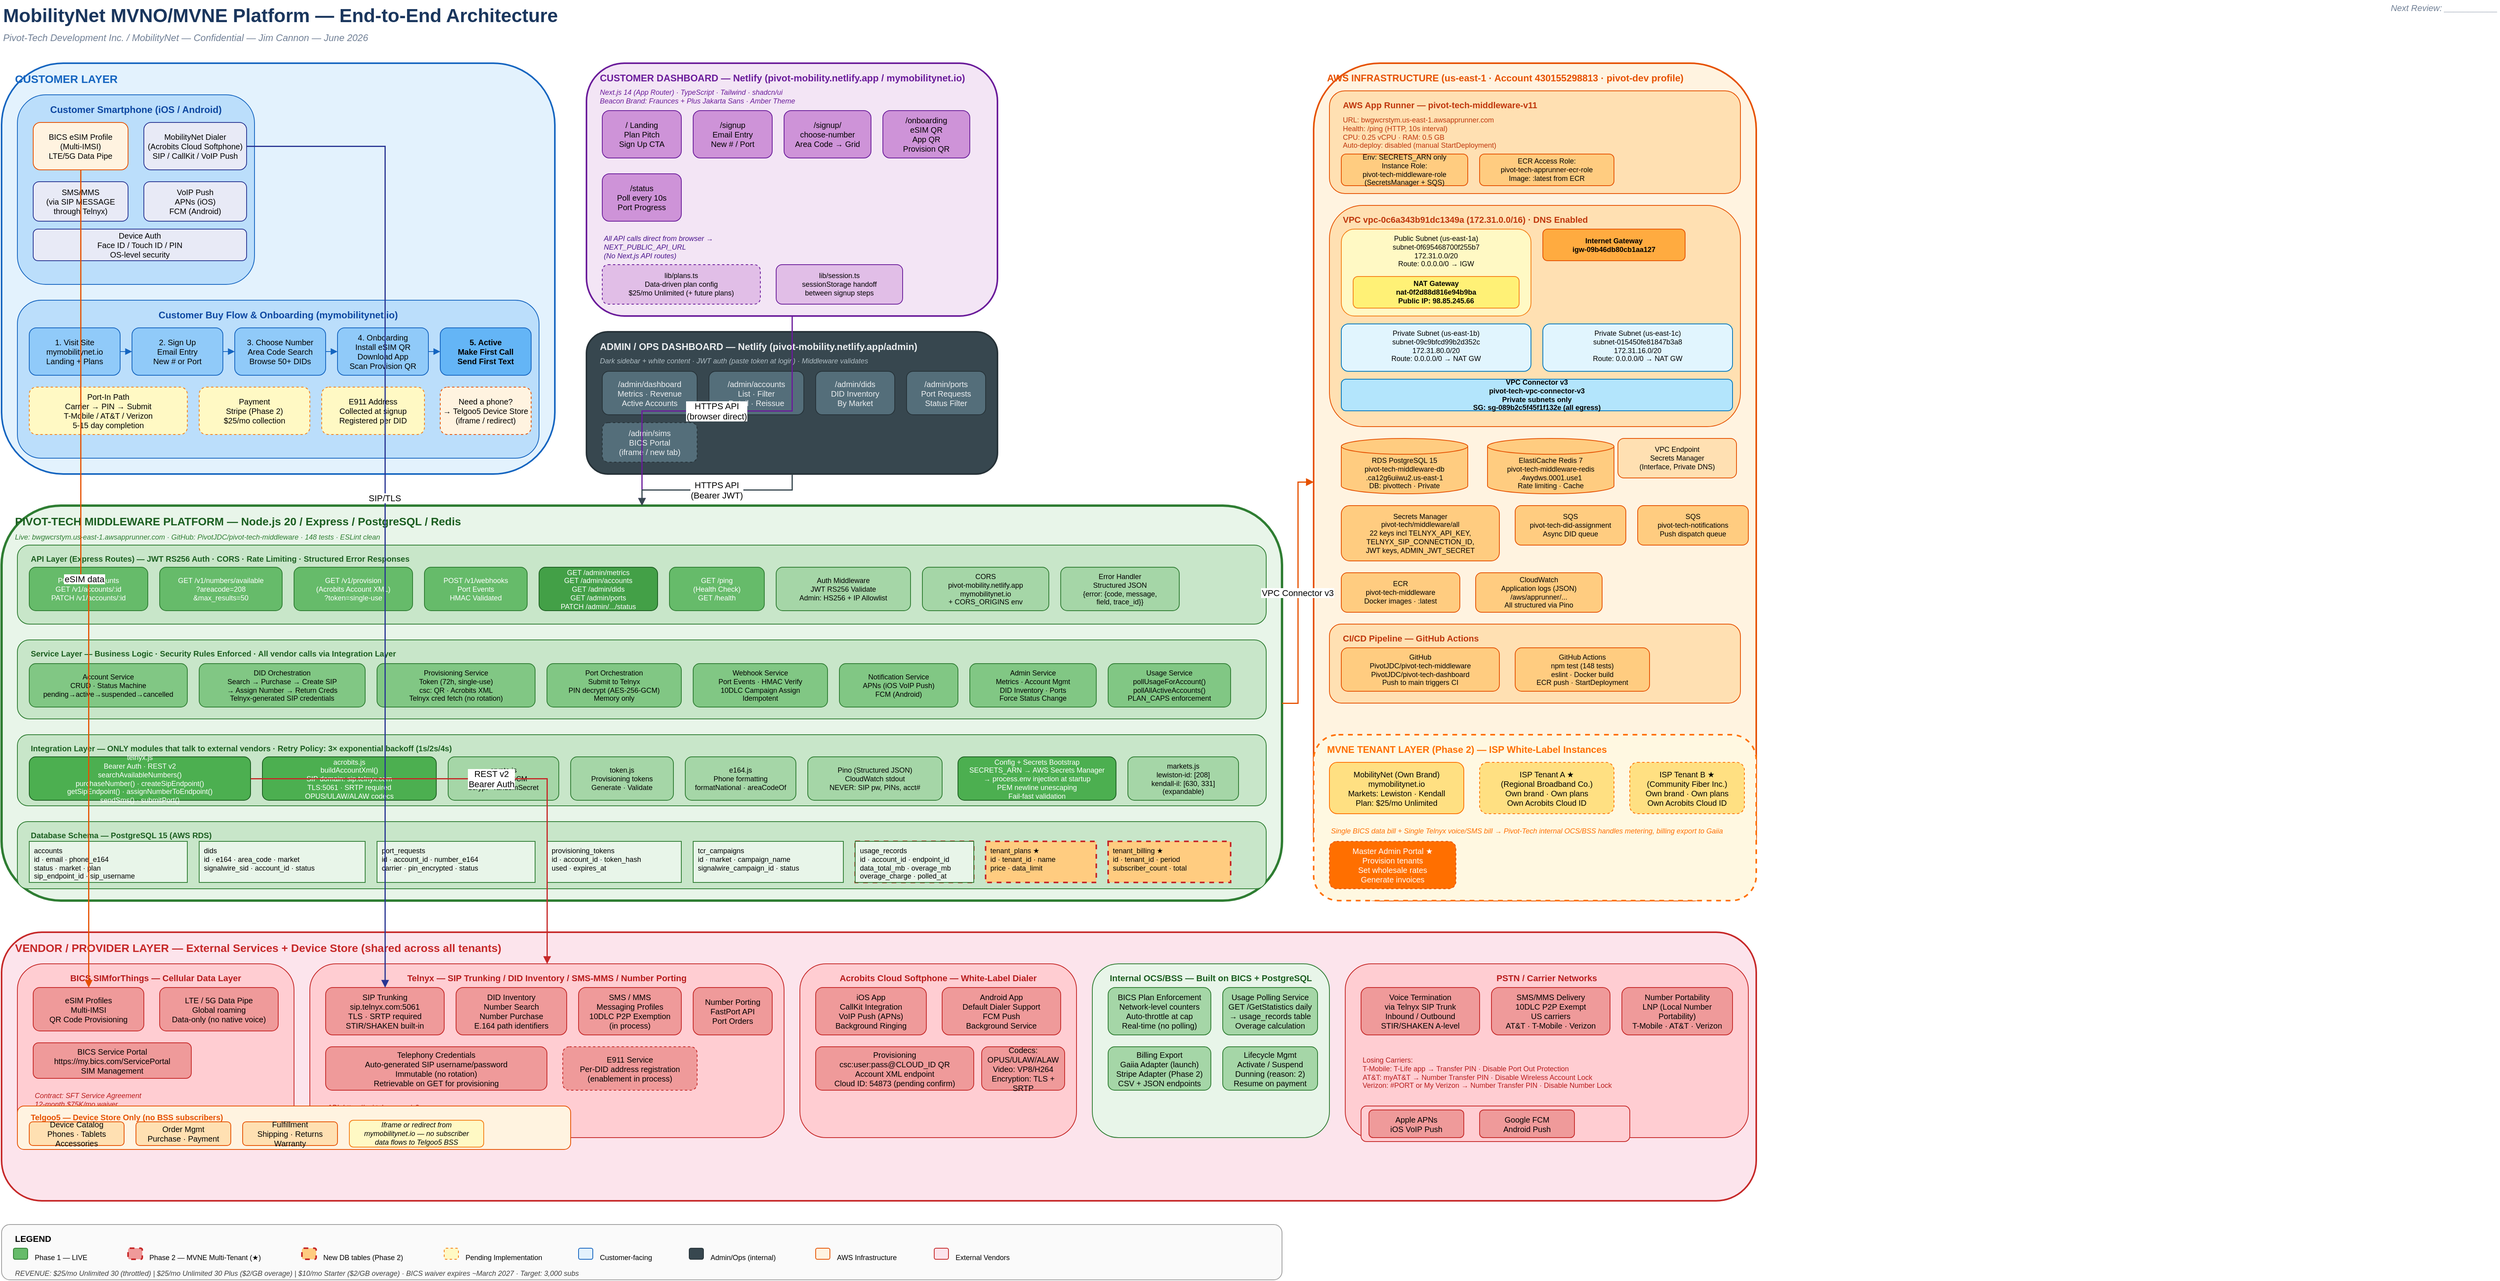
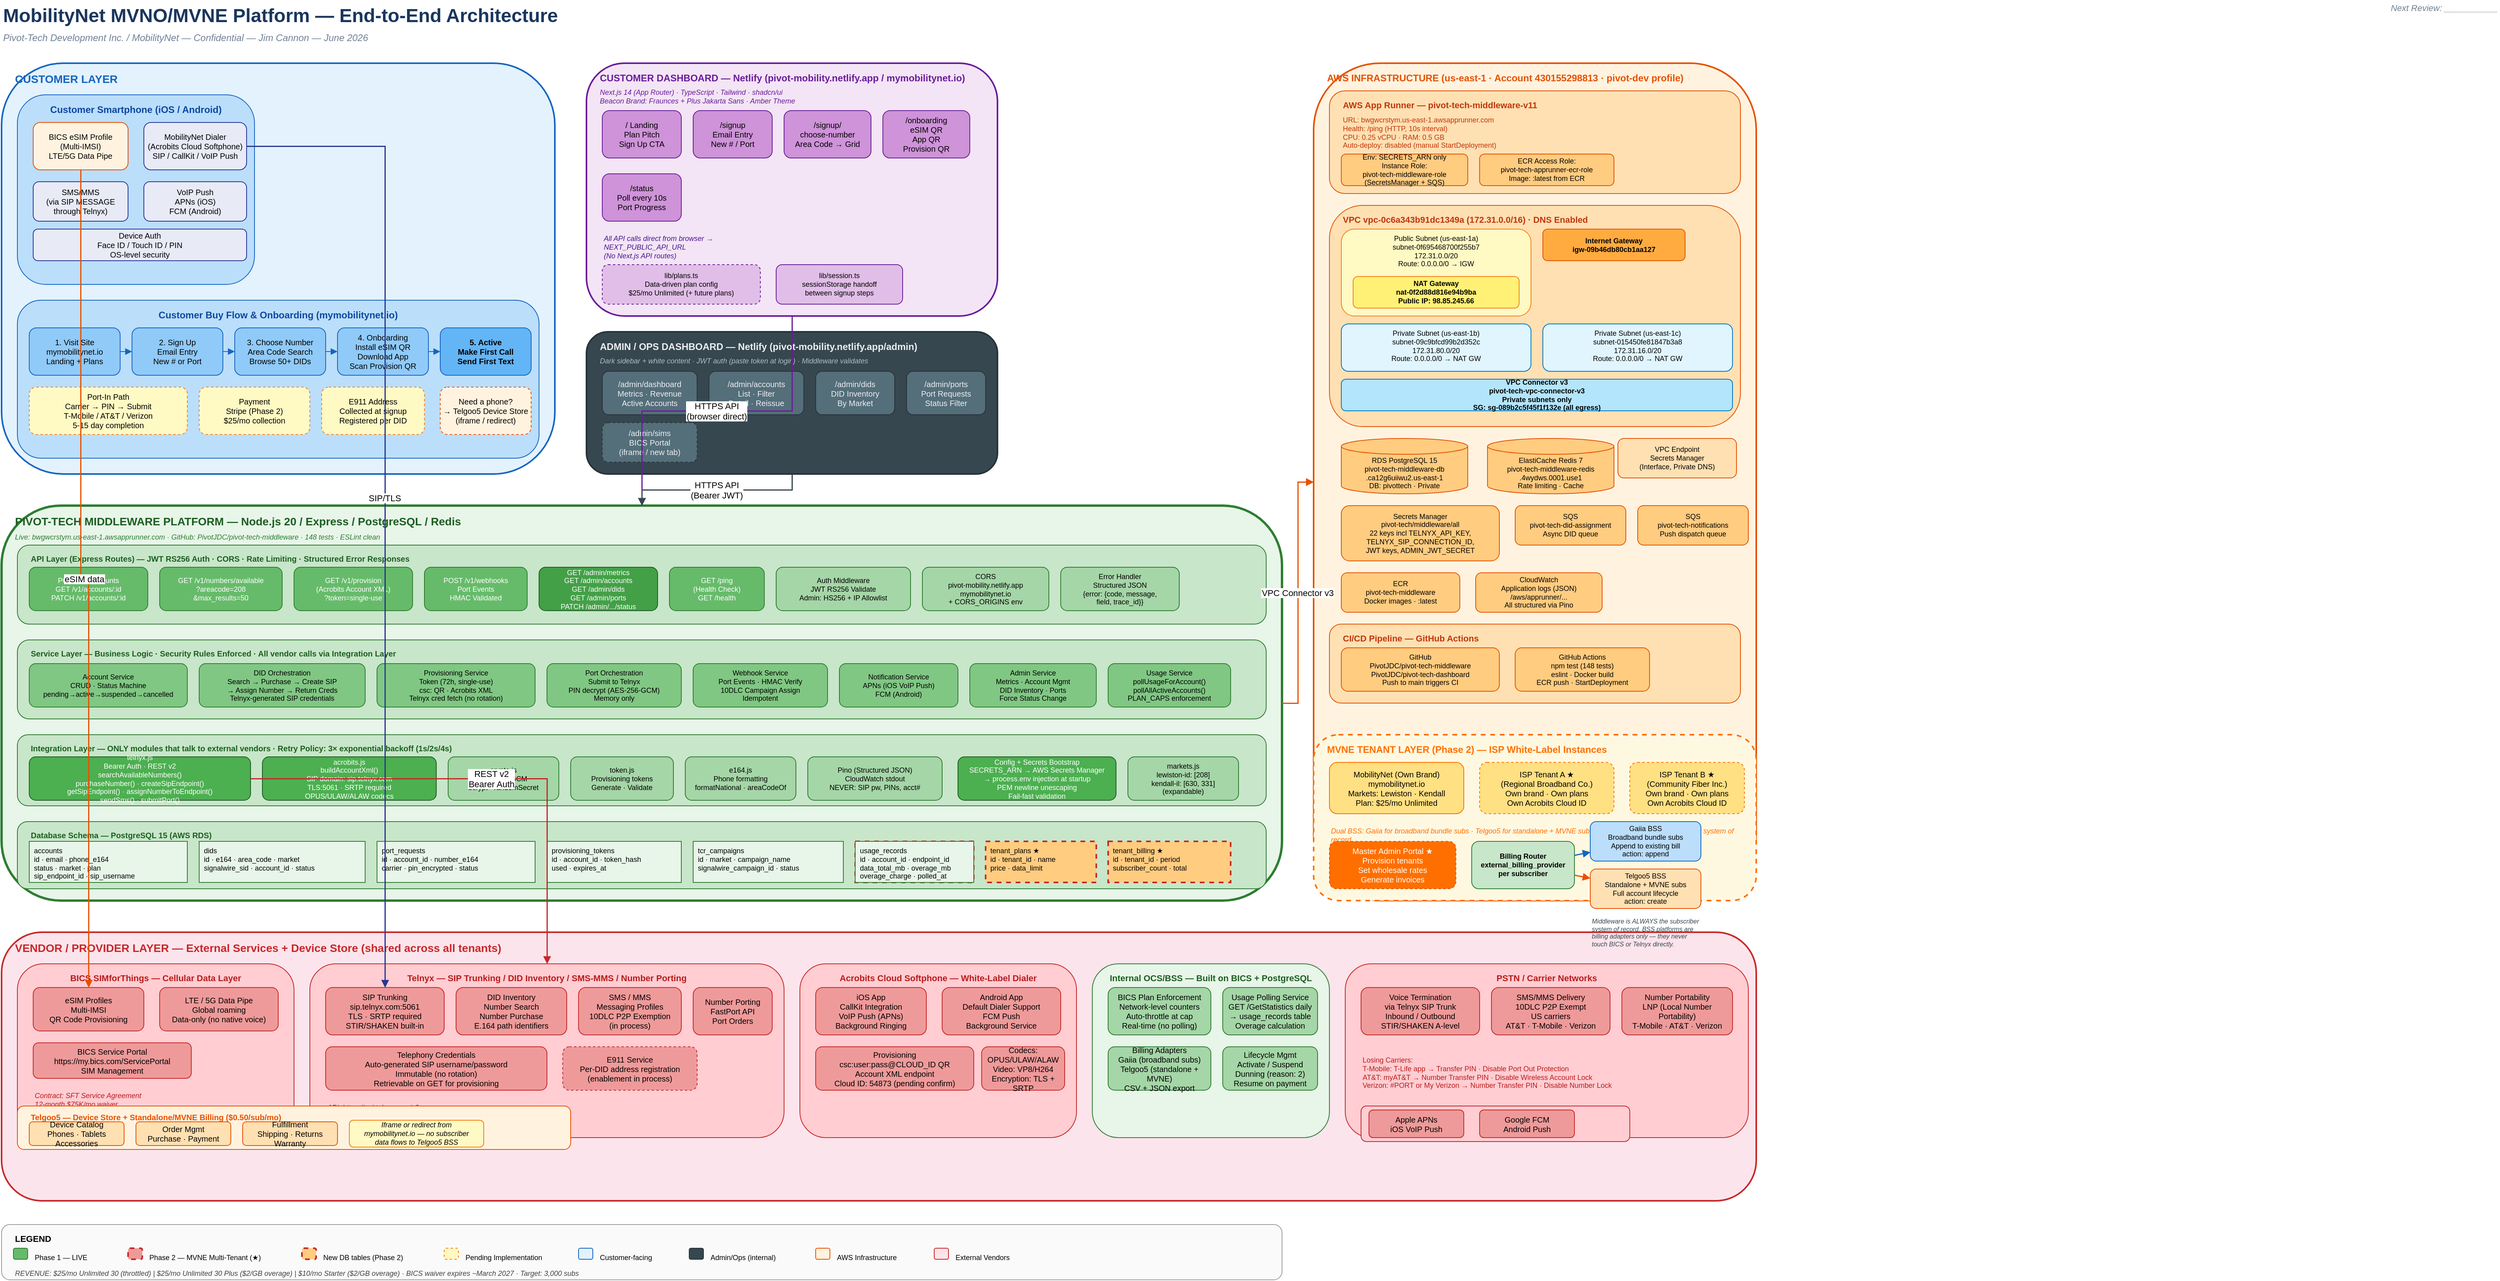
<?xml version="1.0" encoding="UTF-8"?>
<mxfile host="app.diagrams.net" modified="2026-06-24T00:00:00.000Z" agent="Pivot-Tech" version="24.7.6" type="device">
  <diagram id="mobilitynet-e2e" name="MobilityNet E2E Architecture"><mxGraphModel dx="2800" dy="2000" grid="1" gridSize="10" guides="1" tooltips="1" connect="1" arrows="1" fold="1" page="1" pageScale="1" pageWidth="3300" pageHeight="2550" math="0" shadow="0">
  <root>
    <mxCell id="0" />
    <mxCell id="1" parent="0" />

    <!-- ============================================================ -->
    <!-- TITLE BLOCK -->
    <!-- ============================================================ -->
    <mxCell id="title" value="MobilityNet MVNO/MVNE Platform — End-to-End Architecture" style="text;html=1;strokeColor=none;fillColor=none;align=left;verticalAlign=middle;whiteSpace=wrap;rounded=0;fontSize=24;fontStyle=1;fontColor=#1a365d;" vertex="1" parent="1">
      <mxGeometry x="40" y="20" width="1600" height="40" as="geometry" />
    </mxCell>
    <mxCell id="subtitle" value="Pivot-Tech Development Inc. / MobilityNet — Confidential — Jim Cannon — June 2026" style="text;html=1;strokeColor=none;fillColor=none;align=left;verticalAlign=middle;whiteSpace=wrap;rounded=0;fontSize=12;fontStyle=2;fontColor=#718096;" vertex="1" parent="1">
      <mxGeometry x="40" y="58" width="1200" height="20" as="geometry" />
    </mxCell>
    <mxCell id="version" value="Next Review: ___________" style="text;html=1;strokeColor=none;fillColor=none;align=right;verticalAlign=middle;whiteSpace=wrap;rounded=0;fontSize=11;fontStyle=2;fontColor=#718096;" vertex="1" parent="1">
      <mxGeometry x="2800" y="20" width="400" height="20" as="geometry" />
    </mxCell>

    <!-- ============================================================ -->
    <!-- ZONE 1: CUSTOMER LAYER (top-left) -->
    <!-- ============================================================ -->
    <mxCell id="customer_bg" value="" style="rounded=1;whiteSpace=wrap;html=1;fillColor=#e3f2fd;strokeColor=#1565c0;strokeWidth=2;verticalAlign=top;" vertex="1" parent="1">
      <mxGeometry x="40" y="100" width="700" height="520" as="geometry" />
    </mxCell>
    <mxCell id="customer_label" value="CUSTOMER LAYER" style="text;html=1;strokeColor=none;fillColor=none;align=left;verticalAlign=top;whiteSpace=wrap;rounded=0;fontSize=14;fontStyle=1;fontColor=#1565c0;" vertex="1" parent="1">
      <mxGeometry x="55" y="105" width="300" height="24" as="geometry" />
    </mxCell>

    <!-- Customer Device -->
    <mxCell id="cust_device_bg" value="" style="rounded=1;whiteSpace=wrap;html=1;fillColor=#bbdefb;strokeColor=#1565c0;strokeWidth=1;" vertex="1" parent="1">
      <mxGeometry x="60" y="140" width="300" height="240" as="geometry" />
    </mxCell>
    <mxCell id="cust_device_label" value="Customer Smartphone (iOS / Android)" style="text;html=1;strokeColor=none;fillColor=none;align=center;verticalAlign=top;whiteSpace=wrap;rounded=0;fontSize=12;fontStyle=1;fontColor=#0d47a1;" vertex="1" parent="1">
      <mxGeometry x="60" y="145" width="300" height="20" as="geometry" />
    </mxCell>
    <mxCell id="esim" value="BICS eSIM Profile&#xa;(Multi-IMSI)&#xa;LTE/5G Data Pipe" style="rounded=1;whiteSpace=wrap;html=1;fillColor=#fff3e0;strokeColor=#e65100;fontSize=10;fontStyle=0;" vertex="1" parent="1">
      <mxGeometry x="80" y="175" width="120" height="60" as="geometry" />
    </mxCell>
    <mxCell id="dialer_app" value="MobilityNet Dialer&#xa;(Acrobits Cloud Softphone)&#xa;SIP / CallKit / VoIP Push" style="rounded=1;whiteSpace=wrap;html=1;fillColor=#e8eaf6;strokeColor=#283593;fontSize=10;fontStyle=0;" vertex="1" parent="1">
      <mxGeometry x="220" y="175" width="130" height="60" as="geometry" />
    </mxCell>
    <mxCell id="native_sms" value="SMS/MMS&#xa;(via SIP MESSAGE&#xa;through Telnyx)" style="rounded=1;whiteSpace=wrap;html=1;fillColor=#e8eaf6;strokeColor=#283593;fontSize=10;" vertex="1" parent="1">
      <mxGeometry x="80" y="250" width="120" height="50" as="geometry" />
    </mxCell>
    <mxCell id="voip_push" value="VoIP Push&#xa;APNs (iOS)&#xa;FCM (Android)" style="rounded=1;whiteSpace=wrap;html=1;fillColor=#e8eaf6;strokeColor=#283593;fontSize=10;" vertex="1" parent="1">
      <mxGeometry x="220" y="250" width="130" height="50" as="geometry" />
    </mxCell>
    <mxCell id="device_auth" value="Device Auth&#xa;Face ID / Touch ID / PIN&#xa;OS-level security" style="rounded=1;whiteSpace=wrap;html=1;fillColor=#e8eaf6;strokeColor=#283593;fontSize=10;" vertex="1" parent="1">
      <mxGeometry x="80" y="310" width="270" height="40" as="geometry" />
    </mxCell>

    <!-- Customer Journey -->
    <mxCell id="journey_bg" value="" style="rounded=1;whiteSpace=wrap;html=1;fillColor=#bbdefb;strokeColor=#1565c0;strokeWidth=1;" vertex="1" parent="1">
      <mxGeometry x="60" y="400" width="660" height="200" as="geometry" />
    </mxCell>
    <mxCell id="journey_label" value="Customer Buy Flow &amp; Onboarding (mymobilitynet.io)" style="text;html=1;strokeColor=none;fillColor=none;align=center;verticalAlign=top;whiteSpace=wrap;rounded=0;fontSize=12;fontStyle=1;fontColor=#0d47a1;" vertex="1" parent="1">
      <mxGeometry x="60" y="405" width="660" height="20" as="geometry" />
    </mxCell>

    <mxCell id="step1" value="1. Visit Site&#xa;mymobilitynet.io&#xa;Landing + Plans" style="rounded=1;whiteSpace=wrap;html=1;fillColor=#90caf9;strokeColor=#1565c0;fontSize=10;" vertex="1" parent="1">
      <mxGeometry x="75" y="435" width="115" height="60" as="geometry" />
    </mxCell>
    <mxCell id="step2" value="2. Sign Up&#xa;Email Entry&#xa;New # or Port" style="rounded=1;whiteSpace=wrap;html=1;fillColor=#90caf9;strokeColor=#1565c0;fontSize=10;" vertex="1" parent="1">
      <mxGeometry x="205" y="435" width="115" height="60" as="geometry" />
    </mxCell>
    <mxCell id="step3" value="3. Choose Number&#xa;Area Code Search&#xa;Browse 50+ DIDs" style="rounded=1;whiteSpace=wrap;html=1;fillColor=#90caf9;strokeColor=#1565c0;fontSize=10;" vertex="1" parent="1">
      <mxGeometry x="335" y="435" width="115" height="60" as="geometry" />
    </mxCell>
    <mxCell id="step4" value="4. Onboarding&#xa;Install eSIM QR&#xa;Download App&#xa;Scan Provision QR" style="rounded=1;whiteSpace=wrap;html=1;fillColor=#90caf9;strokeColor=#1565c0;fontSize=10;" vertex="1" parent="1">
      <mxGeometry x="465" y="435" width="115" height="60" as="geometry" />
    </mxCell>
    <mxCell id="step5" value="5. Active&#xa;Make First Call&#xa;Send First Text" style="rounded=1;whiteSpace=wrap;html=1;fillColor=#64b5f6;strokeColor=#1565c0;fontSize=10;fontStyle=1;" vertex="1" parent="1">
      <mxGeometry x="595" y="435" width="115" height="60" as="geometry" />
    </mxCell>

    <!-- Arrows between steps -->
    <mxCell id="s1s2" value="" style="endArrow=block;endFill=1;strokeColor=#1565c0;" edge="1" parent="1" source="step1" target="step2"><mxGeometry relative="1" as="geometry" /></mxCell>
    <mxCell id="s2s3" value="" style="endArrow=block;endFill=1;strokeColor=#1565c0;" edge="1" parent="1" source="step2" target="step3"><mxGeometry relative="1" as="geometry" /></mxCell>
    <mxCell id="s3s4" value="" style="endArrow=block;endFill=1;strokeColor=#1565c0;" edge="1" parent="1" source="step3" target="step4"><mxGeometry relative="1" as="geometry" /></mxCell>
    <mxCell id="s4s5" value="" style="endArrow=block;endFill=1;strokeColor=#1565c0;" edge="1" parent="1" source="step4" target="step5"><mxGeometry relative="1" as="geometry" /></mxCell>

    <!-- Port flow -->
    <mxCell id="port_flow" value="Port-In Path&#xa;Carrier → PIN → Submit&#xa;T-Mobile / AT&amp;T / Verizon&#xa;5-15 day completion" style="rounded=1;whiteSpace=wrap;html=1;fillColor=#fff9c4;strokeColor=#f57f17;fontSize=10;dashed=1;" vertex="1" parent="1">
      <mxGeometry x="75" y="510" width="200" height="60" as="geometry" />
    </mxCell>
    <mxCell id="payment_flow" value="Payment&#xa;Stripe (Phase 2)&#xa;$25/mo collection" style="rounded=1;whiteSpace=wrap;html=1;fillColor=#fff9c4;strokeColor=#f57f17;fontSize=10;dashed=1;" vertex="1" parent="1">
      <mxGeometry x="290" y="510" width="140" height="60" as="geometry" />
    </mxCell>
    <mxCell id="e911_flow" value="E911 Address&#xa;Collected at signup&#xa;Registered per DID" style="rounded=1;whiteSpace=wrap;html=1;fillColor=#fff9c4;strokeColor=#f57f17;fontSize=10;dashed=1;" vertex="1" parent="1">
      <mxGeometry x="445" y="510" width="130" height="60" as="geometry" />
    </mxCell>

    <!-- ============================================================ -->
    <!-- ZONE 2: CUSTOMER DASHBOARD (Netlify) -->
    <!-- ============================================================ -->
    <mxCell id="netlify_bg" value="" style="rounded=1;whiteSpace=wrap;html=1;fillColor=#f3e5f5;strokeColor=#6a1b9a;strokeWidth=2;verticalAlign=top;" vertex="1" parent="1">
      <mxGeometry x="780" y="100" width="520" height="320" as="geometry" />
    </mxCell>
    <mxCell id="netlify_label" value="CUSTOMER DASHBOARD — Netlify (pivot-mobility.netlify.app / mymobilitynet.io)" style="text;html=1;strokeColor=none;fillColor=none;align=left;verticalAlign=top;whiteSpace=wrap;rounded=0;fontSize=12;fontStyle=1;fontColor=#6a1b9a;" vertex="1" parent="1">
      <mxGeometry x="795" y="105" width="490" height="20" as="geometry" />
    </mxCell>
    <mxCell id="netlify_stack" value="Next.js 14 (App Router) · TypeScript · Tailwind · shadcn/ui&#xa;Beacon Brand: Fraunces + Plus Jakarta Sans · Amber Theme" style="text;html=1;strokeColor=none;fillColor=none;align=left;verticalAlign=top;whiteSpace=wrap;rounded=0;fontSize=9;fontStyle=2;fontColor=#6a1b9a;" vertex="1" parent="1">
      <mxGeometry x="795" y="125" width="490" height="24" as="geometry" />
    </mxCell>

    <mxCell id="pg_landing" value="/ Landing&#xa;Plan Pitch&#xa;Sign Up CTA" style="rounded=1;whiteSpace=wrap;html=1;fillColor=#ce93d8;strokeColor=#6a1b9a;fontSize=10;" vertex="1" parent="1">
      <mxGeometry x="800" y="160" width="100" height="60" as="geometry" />
    </mxCell>
    <mxCell id="pg_signup" value="/signup&#xa;Email Entry&#xa;New # / Port" style="rounded=1;whiteSpace=wrap;html=1;fillColor=#ce93d8;strokeColor=#6a1b9a;fontSize=10;" vertex="1" parent="1">
      <mxGeometry x="915" y="160" width="100" height="60" as="geometry" />
    </mxCell>
    <mxCell id="pg_choose" value="/signup/&#xa;choose-number&#xa;Area Code → Grid" style="rounded=1;whiteSpace=wrap;html=1;fillColor=#ce93d8;strokeColor=#6a1b9a;fontSize=10;" vertex="1" parent="1">
      <mxGeometry x="1030" y="160" width="110" height="60" as="geometry" />
    </mxCell>
    <mxCell id="pg_onboard" value="/onboarding&#xa;eSIM QR&#xa;App QR&#xa;Provision QR" style="rounded=1;whiteSpace=wrap;html=1;fillColor=#ce93d8;strokeColor=#6a1b9a;fontSize=10;" vertex="1" parent="1">
      <mxGeometry x="1155" y="160" width="110" height="60" as="geometry" />
    </mxCell>
    <mxCell id="pg_status" value="/status&#xa;Poll every 10s&#xa;Port Progress" style="rounded=1;whiteSpace=wrap;html=1;fillColor=#ce93d8;strokeColor=#6a1b9a;fontSize=10;" vertex="1" parent="1">
      <mxGeometry x="800" y="240" width="100" height="60" as="geometry" />
    </mxCell>

    <!-- API calls label -->
    <mxCell id="api_calls_label" value="All API calls direct from browser →&#xa;NEXT_PUBLIC_API_URL&#xa;(No Next.js API routes)" style="text;html=1;strokeColor=none;fillColor=none;align=left;verticalAlign=top;whiteSpace=wrap;rounded=0;fontSize=9;fontStyle=2;fontColor=#4a148c;" vertex="1" parent="1">
      <mxGeometry x="800" y="310" width="200" height="40" as="geometry" />
    </mxCell>

    <!-- Data-driven plans -->
    <mxCell id="plans_config" value="lib/plans.ts&#xa;Data-driven plan config&#xa;$25/mo Unlimited (+ future plans)" style="rounded=1;whiteSpace=wrap;html=1;fillColor=#e1bee7;strokeColor=#6a1b9a;fontSize=9;dashed=1;" vertex="1" parent="1">
      <mxGeometry x="800" y="355" width="200" height="50" as="geometry" />
    </mxCell>
    <mxCell id="session_store" value="lib/session.ts&#xa;sessionStorage handoff&#xa;between signup steps" style="rounded=1;whiteSpace=wrap;html=1;fillColor=#e1bee7;strokeColor=#6a1b9a;fontSize=9;" vertex="1" parent="1">
      <mxGeometry x="1020" y="355" width="160" height="50" as="geometry" />
    </mxCell>

    <!-- ============================================================ -->
    <!-- ZONE 3: ADMIN / OPS DASHBOARD -->
    <!-- ============================================================ -->
    <mxCell id="admin_bg" value="" style="rounded=1;whiteSpace=wrap;html=1;fillColor=#37474f;strokeColor=#263238;strokeWidth=2;verticalAlign=top;" vertex="1" parent="1">
      <mxGeometry x="780" y="440" width="520" height="180" as="geometry" />
    </mxCell>
    <mxCell id="admin_label" value="ADMIN / OPS DASHBOARD — Netlify (pivot-mobility.netlify.app/admin)" style="text;html=1;strokeColor=none;fillColor=none;align=left;verticalAlign=top;whiteSpace=wrap;rounded=0;fontSize=12;fontStyle=1;fontColor=#eceff1;" vertex="1" parent="1">
      <mxGeometry x="795" y="445" width="490" height="20" as="geometry" />
    </mxCell>
    <mxCell id="admin_stack" value="Dark sidebar + white content · JWT auth (paste token at login) · Middleware validates" style="text;html=1;strokeColor=none;fillColor=none;align=left;verticalAlign=top;whiteSpace=wrap;rounded=0;fontSize=9;fontStyle=2;fontColor=#b0bec5;" vertex="1" parent="1">
      <mxGeometry x="795" y="465" width="490" height="16" as="geometry" />
    </mxCell>

    <mxCell id="adm_dash" value="/admin/dashboard&#xa;Metrics · Revenue&#xa;Active Accounts" style="rounded=1;whiteSpace=wrap;html=1;fillColor=#546e7a;strokeColor=#263238;fontColor=#eceff1;fontSize=10;" vertex="1" parent="1">
      <mxGeometry x="800" y="490" width="120" height="55" as="geometry" />
    </mxCell>
    <mxCell id="adm_accts" value="/admin/accounts&#xa;List · Filter&#xa;Detail · Reissue" style="rounded=1;whiteSpace=wrap;html=1;fillColor=#546e7a;strokeColor=#263238;fontColor=#eceff1;fontSize=10;" vertex="1" parent="1">
      <mxGeometry x="935" y="490" width="120" height="55" as="geometry" />
    </mxCell>
    <mxCell id="adm_dids" value="/admin/dids&#xa;DID Inventory&#xa;By Market" style="rounded=1;whiteSpace=wrap;html=1;fillColor=#546e7a;strokeColor=#263238;fontColor=#eceff1;fontSize=10;" vertex="1" parent="1">
      <mxGeometry x="1070" y="490" width="100" height="55" as="geometry" />
    </mxCell>
    <mxCell id="adm_ports" value="/admin/ports&#xa;Port Requests&#xa;Status Filter" style="rounded=1;whiteSpace=wrap;html=1;fillColor=#546e7a;strokeColor=#263238;fontColor=#eceff1;fontSize=10;" vertex="1" parent="1">
      <mxGeometry x="1185" y="490" width="100" height="55" as="geometry" />
    </mxCell>
    <mxCell id="adm_sims" value="/admin/sims&#xa;BICS Portal&#xa;(iframe / new tab)" style="rounded=1;whiteSpace=wrap;html=1;fillColor=#546e7a;strokeColor=#263238;fontColor=#eceff1;fontSize=10;dashed=1;" vertex="1" parent="1">
      <mxGeometry x="800" y="555" width="120" height="50" as="geometry" />
    </mxCell>

    <!-- ============================================================ -->
    <!-- ZONE 4: MIDDLEWARE PLATFORM (center) -->
    <!-- ============================================================ -->
    <mxCell id="mw_bg" value="" style="rounded=1;whiteSpace=wrap;html=1;fillColor=#e8f5e9;strokeColor=#2e7d32;strokeWidth=3;verticalAlign=top;" vertex="1" parent="1">
      <mxGeometry x="40" y="660" width="1620" height="500" as="geometry" />
    </mxCell>
    <mxCell id="mw_label" value="PIVOT-TECH MIDDLEWARE PLATFORM — Node.js 20 / Express / PostgreSQL / Redis" style="text;html=1;strokeColor=none;fillColor=none;align=left;verticalAlign=top;whiteSpace=wrap;rounded=0;fontSize=14;fontStyle=1;fontColor=#1b5e20;" vertex="1" parent="1">
      <mxGeometry x="55" y="665" width="800" height="24" as="geometry" />
    </mxCell>
    <mxCell id="mw_url" value="Live: bwgwcrstym.us-east-1.awsapprunner.com · GitHub: PivotJDC/pivot-tech-middleware · 148 tests · ESLint clean" style="text;html=1;strokeColor=none;fillColor=none;align=left;verticalAlign=top;whiteSpace=wrap;rounded=0;fontSize=9;fontStyle=2;fontColor=#2e7d32;" vertex="1" parent="1">
      <mxGeometry x="55" y="688" width="800" height="16" as="geometry" />
    </mxCell>

    <!-- API Layer -->
    <mxCell id="api_layer_bg" value="" style="rounded=1;whiteSpace=wrap;html=1;fillColor=#c8e6c9;strokeColor=#2e7d32;strokeWidth=1;" vertex="1" parent="1">
      <mxGeometry x="60" y="710" width="1580" height="100" as="geometry" />
    </mxCell>
    <mxCell id="api_layer_label" value="API Layer (Express Routes) — JWT RS256 Auth · CORS · Rate Limiting · Structured Error Responses" style="text;html=1;strokeColor=none;fillColor=none;align=left;verticalAlign=top;whiteSpace=wrap;rounded=0;fontSize=10;fontStyle=1;fontColor=#1b5e20;" vertex="1" parent="1">
      <mxGeometry x="75" y="715" width="700" height="16" as="geometry" />
    </mxCell>

    <mxCell id="rt_accounts" value="POST /v1/accounts&#xa;GET /v1/accounts/:id&#xa;PATCH /v1/accounts/:id" style="rounded=1;whiteSpace=wrap;html=1;fillColor=#66bb6a;strokeColor=#2e7d32;fontSize=9;fontColor=#ffffff;" vertex="1" parent="1">
      <mxGeometry x="75" y="738" width="150" height="55" as="geometry" />
    </mxCell>
    <mxCell id="rt_numbers" value="GET /v1/numbers/available&#xa;?areacode=208&#xa;&amp;max_results=50" style="rounded=1;whiteSpace=wrap;html=1;fillColor=#66bb6a;strokeColor=#2e7d32;fontSize=9;fontColor=#ffffff;" vertex="1" parent="1">
      <mxGeometry x="240" y="738" width="155" height="55" as="geometry" />
    </mxCell>
    <mxCell id="rt_provision" value="GET /v1/provision&#xa;(Acrobits Account XML)&#xa;?token=single-use" style="rounded=1;whiteSpace=wrap;html=1;fillColor=#66bb6a;strokeColor=#2e7d32;fontSize=9;fontColor=#ffffff;" vertex="1" parent="1">
      <mxGeometry x="410" y="738" width="150" height="55" as="geometry" />
    </mxCell>
    <mxCell id="rt_webhooks" value="POST /v1/webhooks&#xa;Port Events&#xa;HMAC Validated" style="rounded=1;whiteSpace=wrap;html=1;fillColor=#66bb6a;strokeColor=#2e7d32;fontSize=9;fontColor=#ffffff;" vertex="1" parent="1">
      <mxGeometry x="575" y="738" width="130" height="55" as="geometry" />
    </mxCell>
    <mxCell id="rt_admin" value="GET /admin/metrics&#xa;GET /admin/accounts&#xa;GET /admin/dids&#xa;GET /admin/ports&#xa;PATCH /admin/.../status" style="rounded=1;whiteSpace=wrap;html=1;fillColor=#43a047;strokeColor=#1b5e20;fontSize=9;fontColor=#ffffff;" vertex="1" parent="1">
      <mxGeometry x="720" y="738" width="150" height="55" as="geometry" />
    </mxCell>
    <mxCell id="rt_ping" value="GET /ping&#xa;(Health Check)&#xa;GET /health" style="rounded=1;whiteSpace=wrap;html=1;fillColor=#66bb6a;strokeColor=#2e7d32;fontSize=9;fontColor=#ffffff;" vertex="1" parent="1">
      <mxGeometry x="885" y="738" width="120" height="55" as="geometry" />
    </mxCell>

    <!-- Middleware -->
    <mxCell id="mw_auth" value="Auth Middleware&#xa;JWT RS256 Validate&#xa;Admin: HS256 + IP Allowlist" style="rounded=1;whiteSpace=wrap;html=1;fillColor=#a5d6a7;strokeColor=#2e7d32;fontSize=9;" vertex="1" parent="1">
      <mxGeometry x="1020" y="738" width="170" height="55" as="geometry" />
    </mxCell>
    <mxCell id="mw_cors" value="CORS&#xa;pivot-mobility.netlify.app&#xa;mymobilitynet.io&#xa;+ CORS_ORIGINS env" style="rounded=1;whiteSpace=wrap;html=1;fillColor=#a5d6a7;strokeColor=#2e7d32;fontSize=9;" vertex="1" parent="1">
      <mxGeometry x="1205" y="738" width="160" height="55" as="geometry" />
    </mxCell>
    <mxCell id="mw_error" value="Error Handler&#xa;Structured JSON&#xa;{error: {code, message,&#xa;field, trace_id}}" style="rounded=1;whiteSpace=wrap;html=1;fillColor=#a5d6a7;strokeColor=#2e7d32;fontSize=9;" vertex="1" parent="1">
      <mxGeometry x="1380" y="738" width="150" height="55" as="geometry" />
    </mxCell>

    <!-- Services Layer -->
    <mxCell id="svc_layer_bg" value="" style="rounded=1;whiteSpace=wrap;html=1;fillColor=#c8e6c9;strokeColor=#2e7d32;strokeWidth=1;" vertex="1" parent="1">
      <mxGeometry x="60" y="830" width="1580" height="100" as="geometry" />
    </mxCell>
    <mxCell id="svc_layer_label" value="Service Layer — Business Logic · Security Rules Enforced · All vendor calls via Integration Layer" style="text;html=1;strokeColor=none;fillColor=none;align=left;verticalAlign=top;whiteSpace=wrap;rounded=0;fontSize=10;fontStyle=1;fontColor=#1b5e20;" vertex="1" parent="1">
      <mxGeometry x="75" y="835" width="700" height="16" as="geometry" />
    </mxCell>

    <mxCell id="svc_account" value="Account Service&#xa;CRUD · Status Machine&#xa;pending→active→suspended→cancelled" style="rounded=1;whiteSpace=wrap;html=1;fillColor=#81c784;strokeColor=#2e7d32;fontSize=9;" vertex="1" parent="1">
      <mxGeometry x="75" y="860" width="200" height="55" as="geometry" />
    </mxCell>
    <mxCell id="svc_did" value="DID Orchestration&#xa;Search → Purchase → Create SIP&#xa;→ Assign Number → Return Creds&#xa;Telnyx-generated SIP credentials" style="rounded=1;whiteSpace=wrap;html=1;fillColor=#81c784;strokeColor=#2e7d32;fontSize=9;" vertex="1" parent="1">
      <mxGeometry x="290" y="860" width="210" height="55" as="geometry" />
    </mxCell>
    <mxCell id="svc_provision" value="Provisioning Service&#xa;Token (72h, single-use)&#xa;csc: QR · Acrobits XML&#xa;Telnyx cred fetch (no rotation)" style="rounded=1;whiteSpace=wrap;html=1;fillColor=#81c784;strokeColor=#2e7d32;fontSize=9;" vertex="1" parent="1">
      <mxGeometry x="515" y="860" width="200" height="55" as="geometry" />
    </mxCell>
    <mxCell id="svc_port" value="Port Orchestration&#xa;Submit to Telnyx&#xa;PIN decrypt (AES-256-GCM)&#xa;Memory only" style="rounded=1;whiteSpace=wrap;html=1;fillColor=#81c784;strokeColor=#2e7d32;fontSize=9;" vertex="1" parent="1">
      <mxGeometry x="730" y="860" width="170" height="55" as="geometry" />
    </mxCell>
    <mxCell id="svc_webhook" value="Webhook Service&#xa;Port Events · HMAC Verify&#xa;10DLC Campaign Assign&#xa;Idempotent" style="rounded=1;whiteSpace=wrap;html=1;fillColor=#81c784;strokeColor=#2e7d32;fontSize=9;" vertex="1" parent="1">
      <mxGeometry x="915" y="860" width="170" height="55" as="geometry" />
    </mxCell>
    <mxCell id="svc_notify" value="Notification Service&#xa;APNs (iOS VoIP Push)&#xa;FCM (Android)" style="rounded=1;whiteSpace=wrap;html=1;fillColor=#81c784;strokeColor=#2e7d32;fontSize=9;" vertex="1" parent="1">
      <mxGeometry x="1100" y="860" width="150" height="55" as="geometry" />
    </mxCell>
    <mxCell id="svc_admin" value="Admin Service&#xa;Metrics · Account Mgmt&#xa;DID Inventory · Ports&#xa;Force Status Change" style="rounded=1;whiteSpace=wrap;html=1;fillColor=#81c784;strokeColor=#2e7d32;fontSize=9;" vertex="1" parent="1">
      <mxGeometry x="1265" y="860" width="160" height="55" as="geometry" />
    </mxCell>
    <!-- Integration Layer -->
    <mxCell id="int_layer_bg" value="" style="rounded=1;whiteSpace=wrap;html=1;fillColor=#c8e6c9;strokeColor=#2e7d32;strokeWidth=1;" vertex="1" parent="1">
      <mxGeometry x="60" y="950" width="1580" height="90" as="geometry" />
    </mxCell>
    <mxCell id="int_layer_label" value="Integration Layer — ONLY modules that talk to external vendors · Retry Policy: 3× exponential backoff (1s/2s/4s)" style="text;html=1;strokeColor=none;fillColor=none;align=left;verticalAlign=top;whiteSpace=wrap;rounded=0;fontSize=10;fontStyle=1;fontColor=#1b5e20;" vertex="1" parent="1">
      <mxGeometry x="75" y="955" width="800" height="16" as="geometry" />
    </mxCell>

    <mxCell id="int_telnyx" value="telnyx.js&#xa;Bearer Auth · REST v2&#xa;searchAvailableNumbers()&#xa;purchaseNumber() · createSipEndpoint()&#xa;getSipEndpoint() · assignNumberToEndpoint()&#xa;sendSms() · submitPort()" style="rounded=1;whiteSpace=wrap;html=1;fillColor=#4caf50;strokeColor=#1b5e20;fontSize=9;fontColor=#ffffff;" vertex="1" parent="1">
      <mxGeometry x="75" y="978" width="280" height="55" as="geometry" />
    </mxCell>
    <mxCell id="int_acrobits" value="acrobits.js&#xa;buildAccountXml()&#xa;SIP domain: sip.telnyx.com&#xa;TLS:5061 · SRTP required&#xa;OPUS/ULAW/ALAW codecs" style="rounded=1;whiteSpace=wrap;html=1;fillColor=#4caf50;strokeColor=#1b5e20;fontSize=9;fontColor=#ffffff;" vertex="1" parent="1">
      <mxGeometry x="370" y="978" width="220" height="55" as="geometry" />
    </mxCell>

    <!-- Utility modules -->
    <mxCell id="util_crypto" value="crypto.js&#xa;AES-256-GCM&#xa;bcrypt · randomSecret" style="rounded=1;whiteSpace=wrap;html=1;fillColor=#a5d6a7;strokeColor=#2e7d32;fontSize=9;" vertex="1" parent="1">
      <mxGeometry x="605" y="978" width="140" height="55" as="geometry" />
    </mxCell>
    <mxCell id="util_token" value="token.js&#xa;Provisioning tokens&#xa;Generate · Validate" style="rounded=1;whiteSpace=wrap;html=1;fillColor=#a5d6a7;strokeColor=#2e7d32;fontSize=9;" vertex="1" parent="1">
      <mxGeometry x="760" y="978" width="130" height="55" as="geometry" />
    </mxCell>
    <mxCell id="util_e164" value="e164.js&#xa;Phone formatting&#xa;formatNational · areaCodeOf" style="rounded=1;whiteSpace=wrap;html=1;fillColor=#a5d6a7;strokeColor=#2e7d32;fontSize=9;" vertex="1" parent="1">
      <mxGeometry x="905" y="978" width="140" height="55" as="geometry" />
    </mxCell>
    <mxCell id="util_logger" value="Pino (Structured JSON)&#xa;CloudWatch stdout&#xa;NEVER: SIP pw, PINs, acct#" style="rounded=1;whiteSpace=wrap;html=1;fillColor=#a5d6a7;strokeColor=#2e7d32;fontSize=9;" vertex="1" parent="1">
      <mxGeometry x="1060" y="978" width="170" height="55" as="geometry" />
    </mxCell>

    <!-- Config / Secrets bootstrap -->
    <mxCell id="config_secrets" value="Config + Secrets Bootstrap&#xa;SECRETS_ARN → AWS Secrets Manager&#xa;→ process.env injection at startup&#xa;PEM newline unescaping&#xa;Fail-fast validation" style="rounded=1;whiteSpace=wrap;html=1;fillColor=#4caf50;strokeColor=#1b5e20;fontSize=9;fontColor=#ffffff;" vertex="1" parent="1">
      <mxGeometry x="1250" y="978" width="200" height="55" as="geometry" />
    </mxCell>
    <mxCell id="markets_config" value="markets.js&#xa;lewiston-id: [208]&#xa;kendall-il: [630, 331]&#xa;(expandable)" style="rounded=1;whiteSpace=wrap;html=1;fillColor=#a5d6a7;strokeColor=#2e7d32;fontSize=9;" vertex="1" parent="1">
      <mxGeometry x="1465" y="978" width="140" height="55" as="geometry" />
    </mxCell>

    <!-- Database schema -->
    <mxCell id="db_layer_bg" value="" style="rounded=1;whiteSpace=wrap;html=1;fillColor=#c8e6c9;strokeColor=#2e7d32;strokeWidth=1;" vertex="1" parent="1">
      <mxGeometry x="60" y="1060" width="1580" height="85" as="geometry" />
    </mxCell>
    <mxCell id="db_layer_label" value="Database Schema — PostgreSQL 15 (AWS RDS)" style="text;html=1;strokeColor=none;fillColor=none;align=left;verticalAlign=top;whiteSpace=wrap;rounded=0;fontSize=10;fontStyle=1;fontColor=#1b5e20;" vertex="1" parent="1">
      <mxGeometry x="75" y="1065" width="400" height="16" as="geometry" />
    </mxCell>

    <mxCell id="tbl_accounts" value="accounts&#xa;id · email · phone_e164&#xa;status · market · plan&#xa;sip_endpoint_id · sip_username" style="rounded=0;whiteSpace=wrap;html=1;fillColor=#e8f5e9;strokeColor=#2e7d32;fontSize=9;align=left;spacingLeft=4;verticalAlign=top;" vertex="1" parent="1">
      <mxGeometry x="75" y="1085" width="200" height="52" as="geometry" />
    </mxCell>
    <mxCell id="tbl_dids" value="dids&#xa;id · e164 · area_code · market&#xa;signalwire_sid · account_id · status" style="rounded=0;whiteSpace=wrap;html=1;fillColor=#e8f5e9;strokeColor=#2e7d32;fontSize=9;align=left;spacingLeft=4;verticalAlign=top;" vertex="1" parent="1">
      <mxGeometry x="290" y="1085" width="210" height="52" as="geometry" />
    </mxCell>
    <mxCell id="tbl_ports" value="port_requests&#xa;id · account_id · number_e164&#xa;carrier · pin_encrypted · status" style="rounded=0;whiteSpace=wrap;html=1;fillColor=#e8f5e9;strokeColor=#2e7d32;fontSize=9;align=left;spacingLeft=4;verticalAlign=top;" vertex="1" parent="1">
      <mxGeometry x="515" y="1085" width="200" height="52" as="geometry" />
    </mxCell>
    <mxCell id="tbl_tokens" value="provisioning_tokens&#xa;id · account_id · token_hash&#xa;used · expires_at" style="rounded=0;whiteSpace=wrap;html=1;fillColor=#e8f5e9;strokeColor=#2e7d32;fontSize=9;align=left;spacingLeft=4;verticalAlign=top;" vertex="1" parent="1">
      <mxGeometry x="730" y="1085" width="170" height="52" as="geometry" />
    </mxCell>
    <mxCell id="tbl_campaigns" value="tcr_campaigns&#xa;id · market · campaign_name&#xa;signalwire_campaign_id · status" style="rounded=0;whiteSpace=wrap;html=1;fillColor=#e8f5e9;strokeColor=#2e7d32;fontSize=9;align=left;spacingLeft=4;verticalAlign=top;" vertex="1" parent="1">
      <mxGeometry x="915" y="1085" width="190" height="52" as="geometry" />
    </mxCell>

    <!-- Phase 2 tenant tables -->
    <mxCell id="tbl_tenants" value="tenants ★&#xa;id · name · slug · brand&#xa;acrobits_cloud_id&#xa;wholesale_rate" style="rounded=0;whiteSpace=wrap;html=1;fillColor=#ffcc80;strokeColor=#c62828;fontSize=9;align=left;spacingLeft=4;verticalAlign=top;dashed=1;strokeWidth=2;" vertex="1" parent="1">
      <mxGeometry x="1120" y="1085" width="150" height="52" as="geometry" />
    </mxCell>
    <mxCell id="tbl_tenant_plans" value="tenant_plans ★&#xa;id · tenant_id · name&#xa;price · data_limit" style="rounded=0;whiteSpace=wrap;html=1;fillColor=#ffcc80;strokeColor=#c62828;fontSize=9;align=left;spacingLeft=4;verticalAlign=top;dashed=1;strokeWidth=2;" vertex="1" parent="1">
      <mxGeometry x="1285" y="1085" width="140" height="52" as="geometry" />
    </mxCell>
    <mxCell id="tbl_tenant_billing" value="tenant_billing ★&#xa;id · tenant_id · period&#xa;subscriber_count · total" style="rounded=0;whiteSpace=wrap;html=1;fillColor=#ffcc80;strokeColor=#c62828;fontSize=9;align=left;spacingLeft=4;verticalAlign=top;dashed=1;strokeWidth=2;" vertex="1" parent="1">
      <mxGeometry x="1440" y="1085" width="155" height="52" as="geometry" />
    </mxCell>

    <!-- ============================================================ -->
    <!-- ZONE 5: AWS INFRASTRUCTURE (right side) -->
    <!-- ============================================================ -->
    <mxCell id="aws_bg" value="" style="rounded=1;whiteSpace=wrap;html=1;fillColor=#fff3e0;strokeColor=#e65100;strokeWidth=2;verticalAlign=top;" vertex="1" parent="1">
      <mxGeometry x="1700" y="100" width="560" height="1060" as="geometry" />
    </mxCell>
    <mxCell id="aws_label" value="AWS INFRASTRUCTURE (us-east-1 · Account 430155298813 · pivot-dev profile)" style="text;html=1;strokeColor=none;fillColor=none;align=left;verticalAlign=top;whiteSpace=wrap;rounded=0;fontSize=12;fontStyle=1;fontColor=#e65100;" vertex="1" parent="1">
      <mxGeometry x="1715" y="105" width="530" height="20" as="geometry" />
    </mxCell>

    <!-- App Runner -->
    <mxCell id="apprunner_bg" value="" style="rounded=1;whiteSpace=wrap;html=1;fillColor=#ffe0b2;strokeColor=#e65100;strokeWidth=1;" vertex="1" parent="1">
      <mxGeometry x="1720" y="135" width="520" height="130" as="geometry" />
    </mxCell>
    <mxCell id="apprunner_label" value="AWS App Runner — pivot-tech-middleware-v11" style="text;html=1;strokeColor=none;fillColor=none;align=left;verticalAlign=top;whiteSpace=wrap;rounded=0;fontSize=11;fontStyle=1;fontColor=#bf360c;" vertex="1" parent="1">
      <mxGeometry x="1735" y="140" width="400" height="18" as="geometry" />
    </mxCell>
    <mxCell id="apprunner_url" value="URL: bwgwcrstym.us-east-1.awsapprunner.com&#xa;Health: /ping (HTTP, 10s interval)&#xa;CPU: 0.25 vCPU · RAM: 0.5 GB&#xa;Auto-deploy: disabled (manual StartDeployment)" style="text;html=1;strokeColor=none;fillColor=none;align=left;verticalAlign=top;whiteSpace=wrap;rounded=0;fontSize=9;fontColor=#bf360c;" vertex="1" parent="1">
      <mxGeometry x="1735" y="160" width="350" height="50" as="geometry" />
    </mxCell>
    <mxCell id="apprunner_env" value="Env: SECRETS_ARN only&#xa;Instance Role:&#xa;pivot-tech-middleware-role&#xa;(SecretsManager + SQS)" style="rounded=1;whiteSpace=wrap;html=1;fillColor=#ffcc80;strokeColor=#e65100;fontSize=9;" vertex="1" parent="1">
      <mxGeometry x="1735" y="215" width="160" height="40" as="geometry" />
    </mxCell>
    <mxCell id="apprunner_ecr" value="ECR Access Role:&#xa;pivot-tech-apprunner-ecr-role&#xa;Image: :latest from ECR" style="rounded=1;whiteSpace=wrap;html=1;fillColor=#ffcc80;strokeColor=#e65100;fontSize=9;" vertex="1" parent="1">
      <mxGeometry x="1910" y="215" width="170" height="40" as="geometry" />
    </mxCell>

    <!-- VPC -->
    <mxCell id="vpc_bg" value="" style="rounded=1;whiteSpace=wrap;html=1;fillColor=#ffe0b2;strokeColor=#e65100;strokeWidth=1;" vertex="1" parent="1">
      <mxGeometry x="1720" y="280" width="520" height="280" as="geometry" />
    </mxCell>
    <mxCell id="vpc_label" value="VPC vpc-0c6a343b91dc1349a (172.31.0.0/16) · DNS Enabled" style="text;html=1;strokeColor=none;fillColor=none;align=left;verticalAlign=top;whiteSpace=wrap;rounded=0;fontSize=11;fontStyle=1;fontColor=#bf360c;" vertex="1" parent="1">
      <mxGeometry x="1735" y="285" width="490" height="18" as="geometry" />
    </mxCell>

    <!-- Public subnet -->
    <mxCell id="pub_subnet" value="Public Subnet (us-east-1a)&#xa;subnet-0f695468700f255b7&#xa;172.31.0.0/20&#xa;Route: 0.0.0.0/0 → IGW" style="rounded=1;whiteSpace=wrap;html=1;fillColor=#fff9c4;strokeColor=#f57f17;fontSize=9;verticalAlign=top;" vertex="1" parent="1">
      <mxGeometry x="1735" y="310" width="240" height="110" as="geometry" />
    </mxCell>
    <mxCell id="nat_gw" value="NAT Gateway&#xa;nat-0f2d88d816e94b9ba&#xa;Public IP: 98.85.245.66" style="rounded=1;whiteSpace=wrap;html=1;fillColor=#fff176;strokeColor=#f57f17;fontSize=9;fontStyle=1;" vertex="1" parent="1">
      <mxGeometry x="1750" y="370" width="210" height="40" as="geometry" />
    </mxCell>
    <mxCell id="igw" value="Internet Gateway&#xa;igw-09b46db80cb1aa127" style="rounded=1;whiteSpace=wrap;html=1;fillColor=#ffab40;strokeColor=#e65100;fontSize=9;fontStyle=1;" vertex="1" parent="1">
      <mxGeometry x="1990" y="310" width="180" height="40" as="geometry" />
    </mxCell>

    <!-- Private subnets -->
    <mxCell id="priv_subnet_b" value="Private Subnet (us-east-1b)&#xa;subnet-09c9bfcd99b2d352c&#xa;172.31.80.0/20&#xa;Route: 0.0.0.0/0 → NAT GW" style="rounded=1;whiteSpace=wrap;html=1;fillColor=#e1f5fe;strokeColor=#0277bd;fontSize=9;verticalAlign=top;" vertex="1" parent="1">
      <mxGeometry x="1735" y="430" width="240" height="60" as="geometry" />
    </mxCell>
    <mxCell id="priv_subnet_c" value="Private Subnet (us-east-1c)&#xa;subnet-015450fe81847b3a8&#xa;172.31.16.0/20&#xa;Route: 0.0.0.0/0 → NAT GW" style="rounded=1;whiteSpace=wrap;html=1;fillColor=#e1f5fe;strokeColor=#0277bd;fontSize=9;verticalAlign=top;" vertex="1" parent="1">
      <mxGeometry x="1990" y="430" width="240" height="60" as="geometry" />
    </mxCell>
    <mxCell id="vpc_connector" value="VPC Connector v3&#xa;pivot-tech-vpc-connector-v3&#xa;Private subnets only&#xa;SG: sg-089b2c5f45f1f132e (all egress)" style="rounded=1;whiteSpace=wrap;html=1;fillColor=#b3e5fc;strokeColor=#0277bd;fontSize=9;fontStyle=1;" vertex="1" parent="1">
      <mxGeometry x="1735" y="500" width="495" height="40" as="geometry" />
    </mxCell>

    <!-- Data stores -->
    <mxCell id="rds" value="RDS PostgreSQL 15&#xa;pivot-tech-middleware-db&#xa;.ca12g6uiiwu2.us-east-1&#xa;DB: pivottech · Private" style="shape=cylinder3;whiteSpace=wrap;html=1;boundedLbl=1;backgroundOutline=1;size=10;fillColor=#ffcc80;strokeColor=#e65100;fontSize=9;" vertex="1" parent="1">
      <mxGeometry x="1735" y="575" width="160" height="70" as="geometry" />
    </mxCell>
    <mxCell id="redis" value="ElastiCache Redis 7&#xa;pivot-tech-middleware-redis&#xa;.4wydws.0001.use1&#xa;Rate limiting · Cache" style="shape=cylinder3;whiteSpace=wrap;html=1;boundedLbl=1;backgroundOutline=1;size=10;fillColor=#ffcc80;strokeColor=#e65100;fontSize=9;" vertex="1" parent="1">
      <mxGeometry x="1920" y="575" width="160" height="70" as="geometry" />
    </mxCell>

    <!-- Other AWS services -->
    <mxCell id="secrets_mgr" value="Secrets Manager&#xa;pivot-tech/middleware/all&#xa;22 keys incl TELNYX_API_KEY,&#xa;TELNYX_SIP_CONNECTION_ID,&#xa;JWT keys, ADMIN_JWT_SECRET" style="rounded=1;whiteSpace=wrap;html=1;fillColor=#ffcc80;strokeColor=#e65100;fontSize=9;" vertex="1" parent="1">
      <mxGeometry x="1735" y="660" width="200" height="70" as="geometry" />
    </mxCell>
    <mxCell id="sqs_did" value="SQS&#xa;pivot-tech-did-assignment&#xa;Async DID queue" style="rounded=1;whiteSpace=wrap;html=1;fillColor=#ffcc80;strokeColor=#e65100;fontSize=9;" vertex="1" parent="1">
      <mxGeometry x="1955" y="660" width="140" height="50" as="geometry" />
    </mxCell>
    <mxCell id="sqs_notify" value="SQS&#xa;pivot-tech-notifications&#xa;Push dispatch queue" style="rounded=1;whiteSpace=wrap;html=1;fillColor=#ffcc80;strokeColor=#e65100;fontSize=9;" vertex="1" parent="1">
      <mxGeometry x="2110" y="660" width="140" height="50" as="geometry" />
    </mxCell>
    <mxCell id="ecr" value="ECR&#xa;pivot-tech-middleware&#xa;Docker images · :latest" style="rounded=1;whiteSpace=wrap;html=1;fillColor=#ffcc80;strokeColor=#e65100;fontSize=9;" vertex="1" parent="1">
      <mxGeometry x="1735" y="745" width="150" height="50" as="geometry" />
    </mxCell>
    <mxCell id="cloudwatch" value="CloudWatch&#xa;Application logs (JSON)&#xa;/aws/apprunner/...&#xa;All structured via Pino" style="rounded=1;whiteSpace=wrap;html=1;fillColor=#ffcc80;strokeColor=#e65100;fontSize=9;" vertex="1" parent="1">
      <mxGeometry x="1905" y="745" width="160" height="50" as="geometry" />
    </mxCell>

    <!-- VPC Endpoints -->
    <mxCell id="vpce_sm" value="VPC Endpoint&#xa;Secrets Manager&#xa;(Interface, Private DNS)" style="rounded=1;whiteSpace=wrap;html=1;fillColor=#ffe0b2;strokeColor=#e65100;fontSize=9;" vertex="1" parent="1">
      <mxGeometry x="2085" y="575" width="150" height="50" as="geometry" />
    </mxCell>

    <!-- CI/CD -->
    <mxCell id="cicd_bg" value="" style="rounded=1;whiteSpace=wrap;html=1;fillColor=#ffe0b2;strokeColor=#e65100;strokeWidth=1;" vertex="1" parent="1">
      <mxGeometry x="1720" y="810" width="520" height="100" as="geometry" />
    </mxCell>
    <mxCell id="cicd_label" value="CI/CD Pipeline — GitHub Actions" style="text;html=1;strokeColor=none;fillColor=none;align=left;verticalAlign=top;whiteSpace=wrap;rounded=0;fontSize=11;fontStyle=1;fontColor=#bf360c;" vertex="1" parent="1">
      <mxGeometry x="1735" y="815" width="300" height="18" as="geometry" />
    </mxCell>
    <mxCell id="github" value="GitHub&#xa;PivotJDC/pivot-tech-middleware&#xa;PivotJDC/pivot-tech-dashboard&#xa;Push to main triggers CI" style="rounded=1;whiteSpace=wrap;html=1;fillColor=#ffcc80;strokeColor=#e65100;fontSize=9;" vertex="1" parent="1">
      <mxGeometry x="1735" y="840" width="200" height="55" as="geometry" />
    </mxCell>
    <mxCell id="ci_pipeline" value="GitHub Actions&#xa;npm test (148 tests)&#xa;eslint · Docker build&#xa;ECR push · StartDeployment" style="rounded=1;whiteSpace=wrap;html=1;fillColor=#ffcc80;strokeColor=#e65100;fontSize=9;" vertex="1" parent="1">
      <mxGeometry x="1955" y="840" width="170" height="55" as="geometry" />
    </mxCell>

    <!-- ============================================================ -->
    <!-- ZONE 6: VENDOR / PROVIDER LAYER (bottom) -->
    <!-- ============================================================ -->
    <mxCell id="vendor_bg" value="" style="rounded=1;whiteSpace=wrap;html=1;fillColor=#fce4ec;strokeColor=#c62828;strokeWidth=2;verticalAlign=top;" vertex="1" parent="1">
      <mxGeometry x="40" y="1200" width="2220" height="340" as="geometry" />
    </mxCell>
    <mxCell id="vendor_label" value="VENDOR / PROVIDER LAYER — External Services + Device Store (shared across all tenants)" style="text;html=1;strokeColor=none;fillColor=none;align=left;verticalAlign=top;whiteSpace=wrap;rounded=0;fontSize=14;fontStyle=1;fontColor=#c62828;" vertex="1" parent="1">
      <mxGeometry x="55" y="1205" width="800" height="24" as="geometry" />
    </mxCell>

    <!-- BICS -->
    <mxCell id="bics_bg" value="" style="rounded=1;whiteSpace=wrap;html=1;fillColor=#ffcdd2;strokeColor=#c62828;strokeWidth=1;" vertex="1" parent="1">
      <mxGeometry x="60" y="1240" width="350" height="220" as="geometry" />
    </mxCell>
    <mxCell id="bics_label" value="BICS SIMforThings — Cellular Data Layer" style="text;html=1;strokeColor=none;fillColor=none;align=center;verticalAlign=top;whiteSpace=wrap;rounded=0;fontSize=11;fontStyle=1;fontColor=#b71c1c;" vertex="1" parent="1">
      <mxGeometry x="60" y="1245" width="350" height="18" as="geometry" />
    </mxCell>
    <mxCell id="bics_esim" value="eSIM Profiles&#xa;Multi-IMSI&#xa;QR Code Provisioning" style="rounded=1;whiteSpace=wrap;html=1;fillColor=#ef9a9a;strokeColor=#c62828;fontSize=10;" vertex="1" parent="1">
      <mxGeometry x="80" y="1270" width="140" height="55" as="geometry" />
    </mxCell>
    <mxCell id="bics_data" value="LTE / 5G Data Pipe&#xa;Global roaming&#xa;Data-only (no native voice)" style="rounded=1;whiteSpace=wrap;html=1;fillColor=#ef9a9a;strokeColor=#c62828;fontSize=10;" vertex="1" parent="1">
      <mxGeometry x="240" y="1270" width="150" height="55" as="geometry" />
    </mxCell>
    <mxCell id="bics_portal" value="BICS Service Portal&#xa;https://my.bics.com/ServicePortal&#xa;SIM Management" style="rounded=1;whiteSpace=wrap;html=1;fillColor=#ef9a9a;strokeColor=#c62828;fontSize=10;" vertex="1" parent="1">
      <mxGeometry x="80" y="1340" width="200" height="45" as="geometry" />
    </mxCell>
    <mxCell id="bics_contract" value="Contract: SFT Service Agreement&#xa;12-month $75K/mo waiver&#xa;~3,000 subs to cover floor&#xa;API: https://api.sft.bics.com/" style="text;html=1;strokeColor=none;fillColor=none;align=left;verticalAlign=top;whiteSpace=wrap;rounded=0;fontSize=9;fontStyle=2;fontColor=#b71c1c;" vertex="1" parent="1">
      <mxGeometry x="80" y="1395" width="300" height="50" as="geometry" />
    </mxCell>

    <!-- Telnyx -->
    <mxCell id="telnyx_bg" value="" style="rounded=1;whiteSpace=wrap;html=1;fillColor=#ffcdd2;strokeColor=#c62828;strokeWidth=1;" vertex="1" parent="1">
      <mxGeometry x="430" y="1240" width="600" height="220" as="geometry" />
    </mxCell>
    <mxCell id="telnyx_label" value="Telnyx — SIP Trunking / DID Inventory / SMS-MMS / Number Porting" style="text;html=1;strokeColor=none;fillColor=none;align=center;verticalAlign=top;whiteSpace=wrap;rounded=0;fontSize=11;fontStyle=1;fontColor=#b71c1c;" vertex="1" parent="1">
      <mxGeometry x="430" y="1245" width="600" height="18" as="geometry" />
    </mxCell>

    <mxCell id="telnyx_sip" value="SIP Trunking&#xa;sip.telnyx.com:5061&#xa;TLS · SRTP required&#xa;STIR/SHAKEN built-in" style="rounded=1;whiteSpace=wrap;html=1;fillColor=#ef9a9a;strokeColor=#c62828;fontSize=10;" vertex="1" parent="1">
      <mxGeometry x="450" y="1270" width="150" height="60" as="geometry" />
    </mxCell>
    <mxCell id="telnyx_did" value="DID Inventory&#xa;Number Search&#xa;Number Purchase&#xa;E.164 path identifiers" style="rounded=1;whiteSpace=wrap;html=1;fillColor=#ef9a9a;strokeColor=#c62828;fontSize=10;" vertex="1" parent="1">
      <mxGeometry x="615" y="1270" width="140" height="60" as="geometry" />
    </mxCell>
    <mxCell id="telnyx_sms" value="SMS / MMS&#xa;Messaging Profiles&#xa;10DLC P2P Exemption&#xa;(in process)" style="rounded=1;whiteSpace=wrap;html=1;fillColor=#ef9a9a;strokeColor=#c62828;fontSize=10;" vertex="1" parent="1">
      <mxGeometry x="770" y="1270" width="130" height="60" as="geometry" />
    </mxCell>
    <mxCell id="telnyx_port" value="Number Porting&#xa;FastPort API&#xa;Port Orders" style="rounded=1;whiteSpace=wrap;html=1;fillColor=#ef9a9a;strokeColor=#c62828;fontSize=10;" vertex="1" parent="1">
      <mxGeometry x="915" y="1270" width="100" height="60" as="geometry" />
    </mxCell>
    <mxCell id="telnyx_cred" value="Telephony Credentials&#xa;Auto-generated SIP username/password&#xa;Immutable (no rotation)&#xa;Retrievable on GET for provisioning" style="rounded=1;whiteSpace=wrap;html=1;fillColor=#ef9a9a;strokeColor=#c62828;fontSize=10;" vertex="1" parent="1">
      <mxGeometry x="450" y="1345" width="280" height="55" as="geometry" />
    </mxCell>
    <mxCell id="telnyx_e911" value="E911 Service&#xa;Per-DID address registration&#xa;(enablement in process)" style="rounded=1;whiteSpace=wrap;html=1;fillColor=#ef9a9a;strokeColor=#c62828;fontSize=10;dashed=1;" vertex="1" parent="1">
      <mxGeometry x="750" y="1345" width="170" height="55" as="geometry" />
    </mxCell>
    <mxCell id="telnyx_api" value="API: https://api.telnyx.com/v2&#xa;Auth: Bearer API Key&#xa;Connection ID: 2984224004669178914&#xa;Messaging Profile: 40019ed1-..." style="text;html=1;strokeColor=none;fillColor=none;align=left;verticalAlign=top;whiteSpace=wrap;rounded=0;fontSize=9;fontStyle=2;fontColor=#b71c1c;" vertex="1" parent="1">
      <mxGeometry x="450" y="1410" width="350" height="50" as="geometry" />
    </mxCell>

    <!-- Acrobits -->
    <mxCell id="acrobits_bg" value="" style="rounded=1;whiteSpace=wrap;html=1;fillColor=#ffcdd2;strokeColor=#c62828;strokeWidth=1;" vertex="1" parent="1">
      <mxGeometry x="1050" y="1240" width="350" height="220" as="geometry" />
    </mxCell>
    <mxCell id="acrobits_label" value="Acrobits Cloud Softphone — White-Label Dialer" style="text;html=1;strokeColor=none;fillColor=none;align=center;verticalAlign=top;whiteSpace=wrap;rounded=0;fontSize=11;fontStyle=1;fontColor=#b71c1c;" vertex="1" parent="1">
      <mxGeometry x="1050" y="1245" width="350" height="18" as="geometry" />
    </mxCell>
    <mxCell id="acrobits_ios" value="iOS App&#xa;CallKit Integration&#xa;VoIP Push (APNs)&#xa;Background Ringing" style="rounded=1;whiteSpace=wrap;html=1;fillColor=#ef9a9a;strokeColor=#c62828;fontSize=10;" vertex="1" parent="1">
      <mxGeometry x="1070" y="1270" width="140" height="60" as="geometry" />
    </mxCell>
    <mxCell id="acrobits_android" value="Android App&#xa;Default Dialer Support&#xa;FCM Push&#xa;Background Service" style="rounded=1;whiteSpace=wrap;html=1;fillColor=#ef9a9a;strokeColor=#c62828;fontSize=10;" vertex="1" parent="1">
      <mxGeometry x="1230" y="1270" width="150" height="60" as="geometry" />
    </mxCell>
    <mxCell id="acrobits_prov" value="Provisioning&#xa;csc:user:pass@CLOUD_ID QR&#xa;Account XML endpoint&#xa;Cloud ID: 54873 (pending confirm)" style="rounded=1;whiteSpace=wrap;html=1;fillColor=#ef9a9a;strokeColor=#c62828;fontSize=10;" vertex="1" parent="1">
      <mxGeometry x="1070" y="1345" width="200" height="55" as="geometry" />
    </mxCell>
    <mxCell id="acrobits_codecs" value="Codecs: OPUS/ULAW/ALAW&#xa;Video: VP8/H264&#xa;Encryption: TLS + SRTP" style="rounded=1;whiteSpace=wrap;html=1;fillColor=#ef9a9a;strokeColor=#c62828;fontSize=10;" vertex="1" parent="1">
      <mxGeometry x="1280" y="1345" width="105" height="55" as="geometry" />
    </mxCell>

    <!-- Telgoo5 -->
    <!-- PSTN -->
    <mxCell id="pstn_bg" value="" style="rounded=1;whiteSpace=wrap;html=1;fillColor=#ffcdd2;strokeColor=#c62828;strokeWidth=1;" vertex="1" parent="1">
      <mxGeometry x="1740" y="1240" width="510" height="220" as="geometry" />
    </mxCell>
    <mxCell id="pstn_label" value="PSTN / Carrier Networks" style="text;html=1;strokeColor=none;fillColor=none;align=center;verticalAlign=top;whiteSpace=wrap;rounded=0;fontSize=11;fontStyle=1;fontColor=#b71c1c;" vertex="1" parent="1">
      <mxGeometry x="1740" y="1245" width="510" height="18" as="geometry" />
    </mxCell>
    <mxCell id="pstn_voice" value="Voice Termination&#xa;via Telnyx SIP Trunk&#xa;Inbound / Outbound&#xa;STIR/SHAKEN A-level" style="rounded=1;whiteSpace=wrap;html=1;fillColor=#ef9a9a;strokeColor=#c62828;fontSize=10;" vertex="1" parent="1">
      <mxGeometry x="1760" y="1270" width="150" height="60" as="geometry" />
    </mxCell>
    <mxCell id="pstn_sms" value="SMS/MMS Delivery&#xa;10DLC P2P Exempt&#xa;US carriers&#xa;AT&amp;T · T-Mobile · Verizon" style="rounded=1;whiteSpace=wrap;html=1;fillColor=#ef9a9a;strokeColor=#c62828;fontSize=10;" vertex="1" parent="1">
      <mxGeometry x="1925" y="1270" width="150" height="60" as="geometry" />
    </mxCell>
    <mxCell id="pstn_port" value="Number Portability&#xa;LNP (Local Number&#xa;Portability)&#xa;T-Mobile · AT&amp;T · Verizon" style="rounded=1;whiteSpace=wrap;html=1;fillColor=#ef9a9a;strokeColor=#c62828;fontSize=10;" vertex="1" parent="1">
      <mxGeometry x="2090" y="1270" width="140" height="60" as="geometry" />
    </mxCell>
    <mxCell id="pstn_carriers" value="Losing Carriers:&#xa;T-Mobile: T-Life app → Transfer PIN · Disable Port Out Protection&#xa;AT&amp;T: myAT&amp;T → Number Transfer PIN · Disable Wireless Account Lock&#xa;Verizon: #PORT or My Verizon → Number Transfer PIN · Disable Number Lock" style="text;html=1;strokeColor=none;fillColor=none;align=left;verticalAlign=top;whiteSpace=wrap;rounded=0;fontSize=9;fontStyle=0;fontColor=#b71c1c;" vertex="1" parent="1">
      <mxGeometry x="1760" y="1350" width="480" height="55" as="geometry" />
    </mxCell>

    <!-- Push notification services -->
    <mxCell id="push_bg" value="" style="rounded=1;whiteSpace=wrap;html=1;fillColor=#ffcdd2;strokeColor=#c62828;strokeWidth=1;" vertex="1" parent="1">
      <mxGeometry x="1760" y="1420" width="340" height="45" as="geometry" />
    </mxCell>
    <mxCell id="push_apns" value="Apple APNs&#xa;iOS VoIP Push" style="rounded=1;whiteSpace=wrap;html=1;fillColor=#ef9a9a;strokeColor=#c62828;fontSize=10;" vertex="1" parent="1">
      <mxGeometry x="1770" y="1425" width="120" height="35" as="geometry" />
    </mxCell>
    <mxCell id="push_fcm" value="Google FCM&#xa;Android Push" style="rounded=1;whiteSpace=wrap;html=1;fillColor=#ef9a9a;strokeColor=#c62828;fontSize=10;" vertex="1" parent="1">
      <mxGeometry x="1910" y="1425" width="120" height="35" as="geometry" />
    </mxCell>

    <!-- ============================================================ -->
    <!-- ZONE 7: MVNE TENANT LAYER (Phase 2, right bottom) -->
    <!-- ============================================================ -->
    <mxCell id="mvne_bg" value="" style="rounded=1;whiteSpace=wrap;html=1;fillColor=#fff8e1;strokeColor=#ff6f00;strokeWidth=2;verticalAlign=top;dashed=1;" vertex="1" parent="1">
      <mxGeometry x="1700" y="950" width="560" height="210" as="geometry" />
    </mxCell>
    <mxCell id="mvne_label" value="MVNE TENANT LAYER (Phase 2) — ISP White-Label Instances" style="text;html=1;strokeColor=none;fillColor=none;align=left;verticalAlign=top;whiteSpace=wrap;rounded=0;fontSize=12;fontStyle=1;fontColor=#ff6f00;" vertex="1" parent="1">
      <mxGeometry x="1715" y="955" width="530" height="20" as="geometry" />
    </mxCell>

    <mxCell id="tenant_own" value="MobilityNet (Own Brand)&#xa;mymobilitynet.io&#xa;Markets: Lewiston · Kendall&#xa;Plan: $25/mo Unlimited" style="rounded=1;whiteSpace=wrap;html=1;fillColor=#ffe082;strokeColor=#ff6f00;fontSize=10;" vertex="1" parent="1">
      <mxGeometry x="1720" y="985" width="170" height="65" as="geometry" />
    </mxCell>
    <mxCell id="tenant_a" value="ISP Tenant A ★&#xa;(Regional Broadband Co.)&#xa;Own brand · Own plans&#xa;Own Acrobits Cloud ID" style="rounded=1;whiteSpace=wrap;html=1;fillColor=#ffe082;strokeColor=#ff6f00;fontSize=10;dashed=1;" vertex="1" parent="1">
      <mxGeometry x="1910" y="985" width="170" height="65" as="geometry" />
    </mxCell>
    <mxCell id="tenant_b" value="ISP Tenant B ★&#xa;(Community Fiber Inc.)&#xa;Own brand · Own plans&#xa;Own Acrobits Cloud ID" style="rounded=1;whiteSpace=wrap;html=1;fillColor=#ffe082;strokeColor=#ff6f00;fontSize=10;dashed=1;" vertex="1" parent="1">
      <mxGeometry x="2100" y="985" width="145" height="65" as="geometry" />
    </mxCell>
-     <mxCell id="mvne_billing" value="Single BICS data bill + Single Telnyx voice/SMS bill → Pivot-Tech internal OCS/BSS handles metering, billing export to Gaiia" style="text;html=1;strokeColor=none;fillColor=none;align=left;verticalAlign=top;whiteSpace=wrap;rounded=0;fontSize=9;fontStyle=2;fontColor=#ff6f00;" vertex="1" parent="1">
+     <mxCell id="mvne_billing" value="Dual BSS: Gaiia for broadband bundle subs · Telgoo5 for standalone + MVNE subs · Middleware is always subscriber system of record" style="text;html=1;strokeColor=none;fillColor=none;align=left;verticalAlign=top;whiteSpace=wrap;rounded=0;fontSize=9;fontStyle=2;fontColor=#ff6f00;" vertex="1" parent="1">
      <mxGeometry x="1720" y="1060" width="520" height="16" as="geometry" />
    </mxCell>
    <mxCell id="master_admin" value="Master Admin Portal ★&#xa;Provision tenants&#xa;Set wholesale rates&#xa;Generate invoices" style="rounded=1;whiteSpace=wrap;html=1;fillColor=#ff6f00;strokeColor=#e65100;fontColor=#ffffff;fontSize=10;dashed=1;" vertex="1" parent="1">
      <mxGeometry x="1720" y="1085" width="160" height="60" as="geometry" />
    </mxCell>

    <!-- ============================================================ -->
    <!-- CONNECTOR ARROWS -->
    <!-- ============================================================ -->

    <!-- Customer device → BICS (data) -->
    <mxCell id="arr_dev_bics" value="eSIM data" style="edgeStyle=orthogonalEdgeStyle;rounded=0;strokeColor=#e65100;strokeWidth=1.5;endArrow=block;endFill=1;dashed=0;" edge="1" parent="1" source="esim" target="bics_esim">
      <mxGeometry relative="1" as="geometry" />
    </mxCell>

    <!-- Customer device → Telnyx (SIP) -->
    <mxCell id="arr_dev_telnyx" value="SIP/TLS" style="edgeStyle=orthogonalEdgeStyle;rounded=0;strokeColor=#283593;strokeWidth=1.5;endArrow=block;endFill=1;" edge="1" parent="1" source="dialer_app" target="telnyx_sip">
      <mxGeometry relative="1" as="geometry" />
    </mxCell>

    <!-- Dashboard → Middleware -->
    <mxCell id="arr_dash_mw" value="HTTPS API&#xa;(browser direct)" style="edgeStyle=orthogonalEdgeStyle;rounded=0;strokeColor=#6a1b9a;strokeWidth=1.5;endArrow=block;endFill=1;" edge="1" parent="1" source="netlify_bg" target="mw_bg">
      <mxGeometry relative="1" as="geometry" />
    </mxCell>

    <!-- Admin → Middleware -->
    <mxCell id="arr_admin_mw" value="HTTPS API&#xa;(Bearer JWT)" style="edgeStyle=orthogonalEdgeStyle;rounded=0;strokeColor=#37474f;strokeWidth=1.5;endArrow=block;endFill=1;" edge="1" parent="1" source="admin_bg" target="mw_bg">
      <mxGeometry relative="1" as="geometry" />
    </mxCell>

    <!-- Middleware → Telnyx -->
    <mxCell id="arr_mw_telnyx" value="REST v2&#xa;Bearer Auth" style="edgeStyle=orthogonalEdgeStyle;rounded=0;strokeColor=#c62828;strokeWidth=1.5;endArrow=block;endFill=1;" edge="1" parent="1" source="int_telnyx" target="telnyx_bg">
      <mxGeometry relative="1" as="geometry" />
    </mxCell>

    <!-- Middleware → AWS -->
    <mxCell id="arr_mw_aws" value="VPC Connector v3" style="edgeStyle=orthogonalEdgeStyle;rounded=0;strokeColor=#e65100;strokeWidth=1.5;endArrow=block;endFill=1;" edge="1" parent="1" source="mw_bg" target="aws_bg">
      <mxGeometry relative="1" as="geometry" />
    </mxCell>

    <!-- ============================================================ -->
    <!-- LEGEND -->
    <!-- ============================================================ -->
    <mxCell id="legend_bg" value="" style="rounded=1;whiteSpace=wrap;html=1;fillColor=#fafafa;strokeColor=#9e9e9e;strokeWidth=1;" vertex="1" parent="1">
      <mxGeometry x="40" y="1570" width="1620" height="70" as="geometry" />
    </mxCell>
    <mxCell id="legend_title" value="LEGEND" style="text;html=1;strokeColor=none;fillColor=none;align=left;verticalAlign=top;whiteSpace=wrap;rounded=0;fontSize=11;fontStyle=1;" vertex="1" parent="1">
      <mxGeometry x="55" y="1575" width="100" height="16" as="geometry" />
    </mxCell>

    <mxCell id="leg1" value="" style="rounded=1;fillColor=#66bb6a;strokeColor=#2e7d32;" vertex="1" parent="1">
      <mxGeometry x="55" y="1600" width="18" height="14" as="geometry" />
    </mxCell>
    <mxCell id="leg1t" value="Phase 1 — LIVE" style="text;html=1;strokeColor=none;fillColor=none;align=left;fontSize=9;" vertex="1" parent="1">
      <mxGeometry x="80" y="1600" width="100" height="14" as="geometry" />
    </mxCell>

    <mxCell id="leg2" value="" style="rounded=1;fillColor=#ef9a9a;strokeColor=#c62828;dashed=1;strokeWidth=2;" vertex="1" parent="1">
      <mxGeometry x="200" y="1600" width="18" height="14" as="geometry" />
    </mxCell>
    <mxCell id="leg2t" value="Phase 2 — MVNE Multi-Tenant (★)" style="text;html=1;strokeColor=none;fillColor=none;align=left;fontSize=9;" vertex="1" parent="1">
      <mxGeometry x="225" y="1600" width="180" height="14" as="geometry" />
    </mxCell>

    <mxCell id="leg3" value="" style="rounded=1;fillColor=#ffcc80;strokeColor=#c62828;dashed=1;strokeWidth=2;" vertex="1" parent="1">
      <mxGeometry x="420" y="1600" width="18" height="14" as="geometry" />
    </mxCell>
    <mxCell id="leg3t" value="New DB tables (Phase 2)" style="text;html=1;strokeColor=none;fillColor=none;align=left;fontSize=9;" vertex="1" parent="1">
      <mxGeometry x="445" y="1600" width="140" height="14" as="geometry" />
    </mxCell>

    <mxCell id="leg4" value="" style="rounded=1;fillColor=#fff9c4;strokeColor=#f57f17;dashed=1;" vertex="1" parent="1">
      <mxGeometry x="600" y="1600" width="18" height="14" as="geometry" />
    </mxCell>
    <mxCell id="leg4t" value="Pending Implementation" style="text;html=1;strokeColor=none;fillColor=none;align=left;fontSize=9;" vertex="1" parent="1">
      <mxGeometry x="625" y="1600" width="130" height="14" as="geometry" />
    </mxCell>

    <mxCell id="leg5" value="" style="rounded=1;fillColor=#e3f2fd;strokeColor=#1565c0;" vertex="1" parent="1">
      <mxGeometry x="770" y="1600" width="18" height="14" as="geometry" />
    </mxCell>
    <mxCell id="leg5t" value="Customer-facing" style="text;html=1;strokeColor=none;fillColor=none;align=left;fontSize=9;" vertex="1" parent="1">
      <mxGeometry x="795" y="1600" width="100" height="14" as="geometry" />
    </mxCell>

    <mxCell id="leg6" value="" style="rounded=1;fillColor=#37474f;strokeColor=#263238;" vertex="1" parent="1">
      <mxGeometry x="910" y="1600" width="18" height="14" as="geometry" />
    </mxCell>
    <mxCell id="leg6t" value="Admin/Ops (internal)" style="text;html=1;strokeColor=none;fillColor=none;align=left;fontSize=9;" vertex="1" parent="1">
      <mxGeometry x="935" y="1600" width="120" height="14" as="geometry" />
    </mxCell>

    <mxCell id="leg7" value="" style="rounded=1;fillColor=#fff3e0;strokeColor=#e65100;" vertex="1" parent="1">
      <mxGeometry x="1070" y="1600" width="18" height="14" as="geometry" />
    </mxCell>
    <mxCell id="leg7t" value="AWS Infrastructure" style="text;html=1;strokeColor=none;fillColor=none;align=left;fontSize=9;" vertex="1" parent="1">
      <mxGeometry x="1095" y="1600" width="110" height="14" as="geometry" />
    </mxCell>

    <mxCell id="leg8" value="" style="rounded=1;fillColor=#fce4ec;strokeColor=#c62828;" vertex="1" parent="1">
      <mxGeometry x="1220" y="1600" width="18" height="14" as="geometry" />
    </mxCell>
    <mxCell id="leg8t" value="External Vendors" style="text;html=1;strokeColor=none;fillColor=none;align=left;fontSize=9;" vertex="1" parent="1">
      <mxGeometry x="1245" y="1600" width="100" height="14" as="geometry" />
    </mxCell>

    <!-- Revenue model -->
    <mxCell id="rev_label" value="REVENUE: $25/mo Unlimited 30 (throttled) | $25/mo Unlimited 30 Plus ($2/GB overage) | $10/mo Starter ($2/GB overage) · BICS waiver expires ~March 2027 · Target: 3,000 subs" style="text;html=1;strokeColor=none;fillColor=none;align=left;verticalAlign=top;whiteSpace=wrap;rounded=0;fontSize=9;fontStyle=2;fontColor=#424242;" vertex="1" parent="1">
      <mxGeometry x="55" y="1620" width="1580" height="14" as="geometry" />
    </mxCell>

    <mxCell id="ocs_bg" value="" style="rounded=1;whiteSpace=wrap;html=1;fillColor=#e8f5e9;strokeColor=#2e7d32;strokeWidth=1;" vertex="1" parent="1">
      <mxGeometry x="1420" y="1240" width="300" height="220" as="geometry" />
    </mxCell>
    <mxCell id="ocs_label" value="Internal OCS/BSS — Built on BICS + PostgreSQL" style="text;html=1;strokeColor=none;fillColor=none;align=center;verticalAlign=top;whiteSpace=wrap;rounded=0;fontSize=11;fontStyle=1;fontColor=#1b5e20;" vertex="1" parent="1">
      <mxGeometry x="1420" y="1245" width="300" height="18" as="geometry" />
    </mxCell>
    <mxCell id="ocs_enforce" value="BICS Plan Enforcement&#xa;Network-level counters&#xa;Auto-throttle at cap&#xa;Real-time (no polling)" style="rounded=1;whiteSpace=wrap;html=1;fillColor=#a5d6a7;strokeColor=#2e7d32;fontSize=10;" vertex="1" parent="1">
      <mxGeometry x="1440" y="1270" width="130" height="60" as="geometry" />
    </mxCell>
    <mxCell id="ocs_usage" value="Usage Polling Service&#xa;GET /GetStatistics daily&#xa;→ usage_records table&#xa;Overage calculation" style="rounded=1;whiteSpace=wrap;html=1;fillColor=#a5d6a7;strokeColor=#2e7d32;fontSize=10;" vertex="1" parent="1">
      <mxGeometry x="1585" y="1270" width="120" height="60" as="geometry" />
    </mxCell>
-     <mxCell id="ocs_billing" value="Billing Export&#xa;Gaiia Adapter (launch)&#xa;Stripe Adapter (Phase 2)&#xa;CSV + JSON endpoints" style="rounded=1;whiteSpace=wrap;html=1;fillColor=#a5d6a7;strokeColor=#2e7d32;fontSize=10;" vertex="1" parent="1">
+     <mxCell id="ocs_billing" value="Billing Adapters&#xa;Gaiia (broadband subs)&#xa;Telgoo5 (standalone + MVNE)&#xa;CSV + JSON export" style="rounded=1;whiteSpace=wrap;html=1;fillColor=#a5d6a7;strokeColor=#2e7d32;fontSize=10;" vertex="1" parent="1">
      <mxGeometry x="1440" y="1345" width="130" height="55" as="geometry" />
    </mxCell>
    <mxCell id="ocs_lifecycle" value="Lifecycle Mgmt&#xa;Activate / Suspend&#xa;Dunning (reason: 2)&#xa;Resume on payment" style="rounded=1;whiteSpace=wrap;html=1;fillColor=#a5d6a7;strokeColor=#2e7d32;fontSize=10;" vertex="1" parent="1">
      <mxGeometry x="1585" y="1345" width="120" height="55" as="geometry" />
    </mxCell>
    <mxCell id="svc_usage" value="Usage Service&#xa;pollUsageForAccount()&#xa;pollAllActiveAccounts()&#xa;PLAN_CAPS enforcement" style="rounded=1;whiteSpace=wrap;html=1;fillColor=#81c784;strokeColor=#2e7d32;fontSize=9;" vertex="1" parent="1">
      <mxGeometry x="1440" y="860" width="155" height="55" as="geometry" />
    </mxCell>
    <mxCell id="tbl_usage" value="usage_records&#xa;id · account_id · endpoint_id&#xa;data_total_mb · overage_mb&#xa;overage_charge · polled_at" style="rounded=0;whiteSpace=wrap;html=1;fillColor=#e8f5e9;strokeColor=#2e7d32;fontSize=9;align=left;spacingLeft=4;verticalAlign=top;" vertex="1" parent="1">
      <mxGeometry x="1120" y="1085" width="150" height="52" as="geometry" />
    </mxCell>

    <mxCell id="t5store_bg" value="" style="rounded=1;whiteSpace=wrap;html=1;fillColor=#fff3e0;strokeColor=#e65100;strokeWidth=1;" vertex="1" parent="1">
      <mxGeometry x="60" y="1420" width="700" height="55" as="geometry" />
    </mxCell>
-     <mxCell id="t5store_label" value="Telgoo5 — Device Store Only (no BSS subscribers)" style="text;html=1;strokeColor=none;fillColor=none;align=left;verticalAlign=top;whiteSpace=wrap;rounded=0;fontSize=10;fontStyle=1;fontColor=#e65100;" vertex="1" parent="1">
+     <mxCell id="t5store_label" value="Telgoo5 — Device Store + Standalone/MVNE Billing ($0.50/sub/mo)" style="text;html=1;strokeColor=none;fillColor=none;align=left;verticalAlign=top;whiteSpace=wrap;rounded=0;fontSize=10;fontStyle=1;fontColor=#e65100;" vertex="1" parent="1">
      <mxGeometry x="75" y="1422" width="400" height="16" as="geometry" />
    </mxCell>
    <mxCell id="t5store_catalog" value="Device Catalog&#xa;Phones · Tablets&#xa;Accessories" style="rounded=1;whiteSpace=wrap;html=1;fillColor=#ffe0b2;strokeColor=#e65100;fontSize=10;" vertex="1" parent="1">
      <mxGeometry x="75" y="1440" width="120" height="30" as="geometry" />
    </mxCell>
    <mxCell id="t5store_order" value="Order Mgmt&#xa;Purchase · Payment" style="rounded=1;whiteSpace=wrap;html=1;fillColor=#ffe0b2;strokeColor=#e65100;fontSize=10;" vertex="1" parent="1">
      <mxGeometry x="210" y="1440" width="120" height="30" as="geometry" />
    </mxCell>
    <mxCell id="t5store_fulfill" value="Fulfillment&#xa;Shipping · Returns&#xa;Warranty" style="rounded=1;whiteSpace=wrap;html=1;fillColor=#ffe0b2;strokeColor=#e65100;fontSize=10;" vertex="1" parent="1">
      <mxGeometry x="345" y="1440" width="120" height="30" as="geometry" />
    </mxCell>
    <mxCell id="t5store_note" value="Iframe or redirect from&#xa;mymobilitynet.io — no subscriber&#xa;data flows to Telgoo5 BSS" style="rounded=1;whiteSpace=wrap;html=1;fillColor=#fff9c4;strokeColor=#f57f17;fontSize=9;fontStyle=2;" vertex="1" parent="1">
      <mxGeometry x="480" y="1438" width="170" height="34" as="geometry" />
    </mxCell>
    <mxCell id="device_store_link" value="Need a phone?&#xa;→ Telgoo5 Device Store&#xa;(iframe / redirect)" style="rounded=1;whiteSpace=wrap;html=1;fillColor=#fff3e0;strokeColor=#e65100;fontSize=10;dashed=1;" vertex="1" parent="1">
      <mxGeometry x="595" y="510" width="115" height="60" as="geometry" />
+     </mxCell>
+ 
+     <mxCell id="bss_router" value="Billing Router&#xa;external_billing_provider&#xa;per subscriber" style="rounded=1;whiteSpace=wrap;html=1;fillColor=#c8e6c9;strokeColor=#2e7d32;fontSize=9;fontStyle=1;" vertex="1" parent="1">
+       <mxGeometry x="1900" y="1085" width="130" height="60" as="geometry" />
+     </mxCell>
+     <mxCell id="bss_gaiia" value="Gaiia BSS&#xa;Broadband bundle subs&#xa;Append to existing bill&#xa;action: append" style="rounded=1;whiteSpace=wrap;html=1;fillColor=#bbdefb;strokeColor=#1565c0;fontSize=9;" vertex="1" parent="1">
+       <mxGeometry x="2050" y="1060" width="140" height="50" as="geometry" />
+     </mxCell>
+     <mxCell id="bss_telgoo5" value="Telgoo5 BSS&#xa;Standalone + MVNE subs&#xa;Full account lifecycle&#xa;action: create" style="rounded=1;whiteSpace=wrap;html=1;fillColor=#ffe0b2;strokeColor=#e65100;fontSize=9;" vertex="1" parent="1">
+       <mxGeometry x="2050" y="1120" width="140" height="50" as="geometry" />
+     </mxCell>
+     <mxCell id="arr_router_gaiia" value="" style="endArrow=block;endFill=1;strokeColor=#1565c0;strokeWidth=1.5;" edge="1" parent="1" source="bss_router" target="bss_gaiia">
+       <mxGeometry relative="1" as="geometry" />
+     </mxCell>
+     <mxCell id="arr_router_telgoo" value="" style="endArrow=block;endFill=1;strokeColor=#e65100;strokeWidth=1.5;" edge="1" parent="1" source="bss_router" target="bss_telgoo5">
+       <mxGeometry relative="1" as="geometry" />
+     </mxCell>
+     <mxCell id="bss_sor_note" value="Middleware is ALWAYS the subscriber&#xa;system of record. BSS platforms are&#xa;billing adapters only — they never&#xa;touch BICS or Telnyx directly." style="text;html=1;strokeColor=none;fillColor=none;align=left;verticalAlign=top;whiteSpace=wrap;rounded=0;fontSize=8;fontStyle=2;fontColor=#37474f;" vertex="1" parent="1">
+       <mxGeometry x="2050" y="1175" width="190" height="45" as="geometry" />
    </mxCell>
  </root>
</mxGraphModel></diagram>
</mxfile>